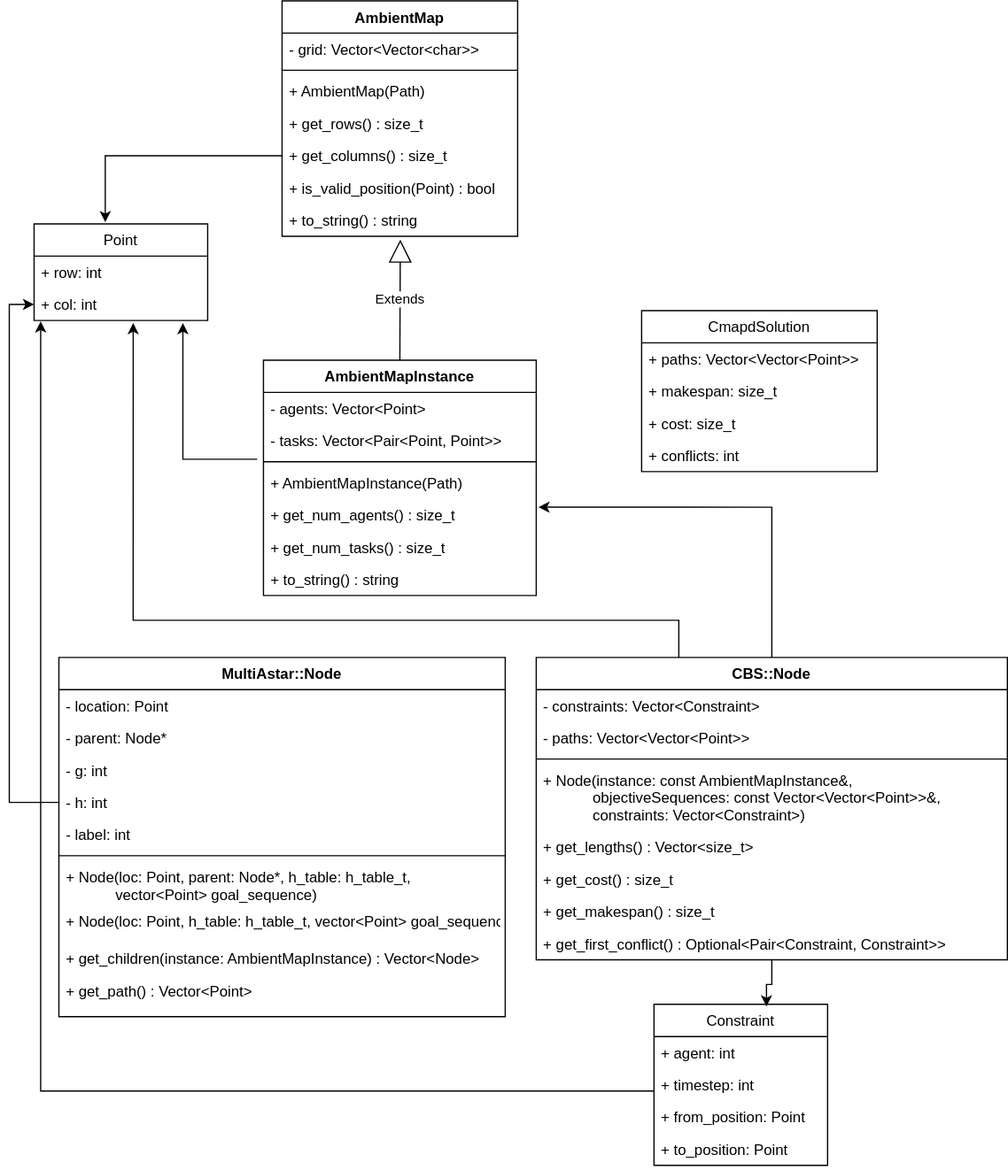
zagoli/capacitated-mapd keeps this draw.io diagram as doc/cmapd_uml.drawio.svg. Above is the earlier version. Source tidied: cells renumbered, new cells last; positions are measured from the earlier drawing's top-left corner, leaving out a move shared by most shapes.
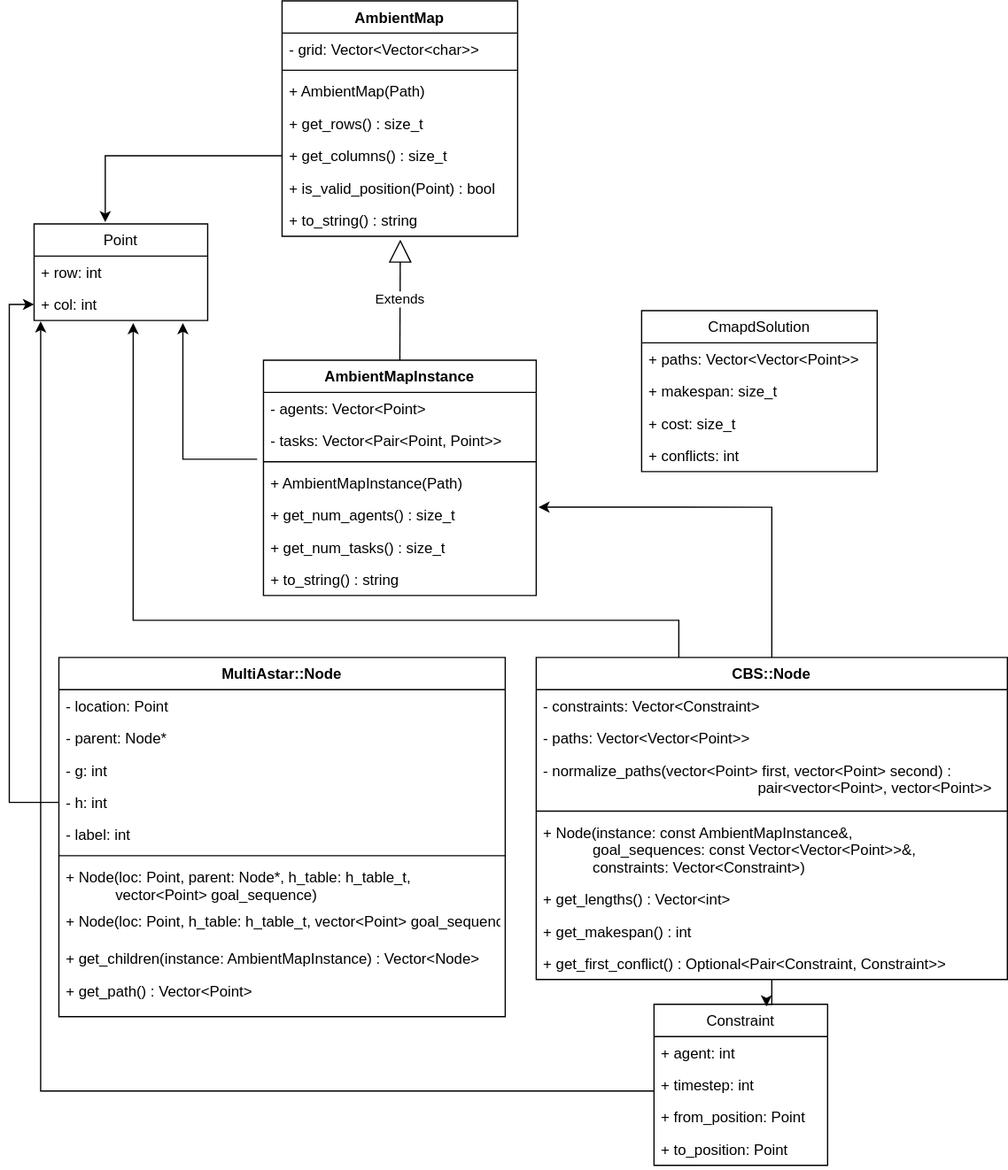
The same diagram one commit later.

What changed in the source:
```diff
@@ -133,7 +133,7 @@
       <mxGeometry relative="1" as="geometry" />
     </mxCell>
     <mxCell id="43" value="CBS::Node" style="swimlane;fontStyle=1;align=center;verticalAlign=top;horizontal=1;startSize=26;" parent="1" vertex="1">
-      <mxGeometry x="405" y="530" width="380" height="244" as="geometry" />
+      <mxGeometry x="405" y="530" width="380" height="260" as="geometry" />
     </mxCell>
     <mxCell id="44" value="- constraints: Vector&lt;Constraint&gt;" style="text;strokeColor=none;fillColor=none;align=left;verticalAlign=top;spacingLeft=4;spacingRight=4;overflow=hidden;" parent="43" vertex="1">
       <mxGeometry y="26" width="380" height="26" as="geometry" />
@@ -141,23 +141,23 @@
     <mxCell id="45" value="- paths: Vector&lt;Vector&lt;Point&gt;&gt;" style="text;strokeColor=none;fillColor=none;align=left;verticalAlign=top;spacingLeft=4;spacingRight=4;overflow=hidden;" parent="43" vertex="1">
       <mxGeometry y="52" width="380" height="26" as="geometry" />
     </mxCell>
+    <mxCell id="59" value="- normalize_paths(vector&lt;Point&gt; first, vector&lt;Point&gt; second) : &#10;                                                    pair&lt;vector&lt;Point&gt;, vector&lt;Point&gt;&gt;" style="text;strokeColor=none;fillColor=none;align=left;verticalAlign=top;spacingLeft=4;spacingRight=4;overflow=hidden;" parent="43" vertex="1">
+      <mxGeometry y="78" width="380" height="42" as="geometry" />
+    </mxCell>
     <mxCell id="46" style="line;strokeWidth=1;fillColor=none;align=left;verticalAlign=middle;spacingTop=-1;spacingLeft=3;spacingRight=3;labelPosition=right;strokeColor=inherit;" parent="43" vertex="1">
-      <mxGeometry y="78" width="380" height="8" as="geometry" />
+      <mxGeometry y="120" width="380" height="8" as="geometry" />
     </mxCell>
-    <mxCell id="47" value="+ Node(instance: const AmbientMapInstance&amp;, &#10;            objectiveSequences: const Vector&lt;Vector&lt;Point&gt;&gt;&amp;,&#10;            constraints: Vector&lt;Constraint&gt;)" style="text;strokeColor=none;fillColor=none;align=left;verticalAlign=top;spacingLeft=4;spacingRight=4;overflow=hidden;" parent="43" vertex="1">
-      <mxGeometry y="86" width="380" height="54" as="geometry" />
+    <mxCell id="47" value="+ Node(instance: const AmbientMapInstance&amp;, &#10;            goal_sequences: const Vector&lt;Vector&lt;Point&gt;&gt;&amp;,&#10;            constraints: Vector&lt;Constraint&gt;)" style="text;strokeColor=none;fillColor=none;align=left;verticalAlign=top;spacingLeft=4;spacingRight=4;overflow=hidden;" parent="43" vertex="1">
+      <mxGeometry y="128" width="380" height="54" as="geometry" />
     </mxCell>
-    <mxCell id="48" value="+ get_lengths() : Vector&lt;size_t&gt;" style="text;strokeColor=none;fillColor=none;align=left;verticalAlign=top;spacingLeft=4;spacingRight=4;overflow=hidden;" parent="43" vertex="1">
-      <mxGeometry y="140" width="380" height="26" as="geometry" />
+    <mxCell id="48" value="+ get_lengths() : Vector&lt;int&gt;" style="text;strokeColor=none;fillColor=none;align=left;verticalAlign=top;spacingLeft=4;spacingRight=4;overflow=hidden;" parent="43" vertex="1">
+      <mxGeometry y="182" width="380" height="26" as="geometry" />
     </mxCell>
-    <mxCell id="49" value="+ get_cost() : size_t" style="text;strokeColor=none;fillColor=none;align=left;verticalAlign=top;spacingLeft=4;spacingRight=4;overflow=hidden;" parent="43" vertex="1">
-      <mxGeometry y="166" width="380" height="26" as="geometry" />
-    </mxCell>
-    <mxCell id="50" value="+ get_makespan() : size_t" style="text;strokeColor=none;fillColor=none;align=left;verticalAlign=top;spacingLeft=4;spacingRight=4;overflow=hidden;" parent="43" vertex="1">
-      <mxGeometry y="192" width="380" height="26" as="geometry" />
+    <mxCell id="50" value="+ get_makespan() : int" style="text;strokeColor=none;fillColor=none;align=left;verticalAlign=top;spacingLeft=4;spacingRight=4;overflow=hidden;" parent="43" vertex="1">
+      <mxGeometry y="208" width="380" height="26" as="geometry" />
     </mxCell>
     <mxCell id="51" value="+ get_first_conflict() : Optional&lt;Pair&lt;Constraint, Constraint&gt;&gt;" style="text;strokeColor=none;fillColor=none;align=left;verticalAlign=top;spacingLeft=4;spacingRight=4;overflow=hidden;" parent="43" vertex="1">
-      <mxGeometry y="218" width="380" height="26" as="geometry" />
+      <mxGeometry y="234" width="380" height="26" as="geometry" />
     </mxCell>
     <mxCell id="52" style="edgeStyle=orthogonalEdgeStyle;rounded=0;jettySize=auto;html=1;exitX=0;exitY=0.5;exitDx=0;exitDy=0;entryX=0;entryY=0.5;entryDx=0;entryDy=0;" parent="1" edge="1" source="33" target="4">
       <mxGeometry relative="1" as="geometry" />
```
